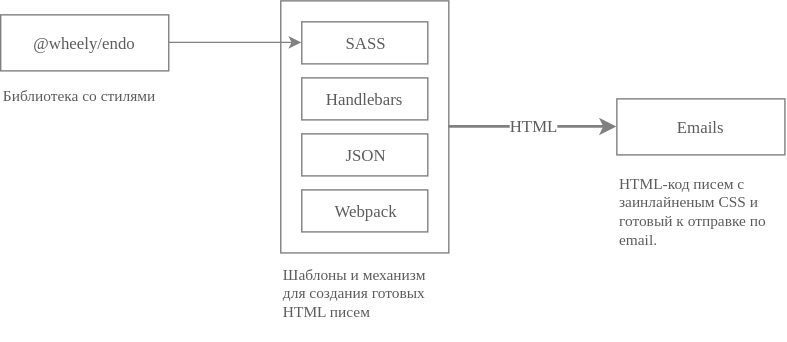
Before: Untitled Diagram.svg, a diagram exported from draw.io (ajile/draw-io). Source tidied: cells renumbered, new cells last; positions are measured from the earlier drawing's top-left corner, leaving out a move shared by most shapes.
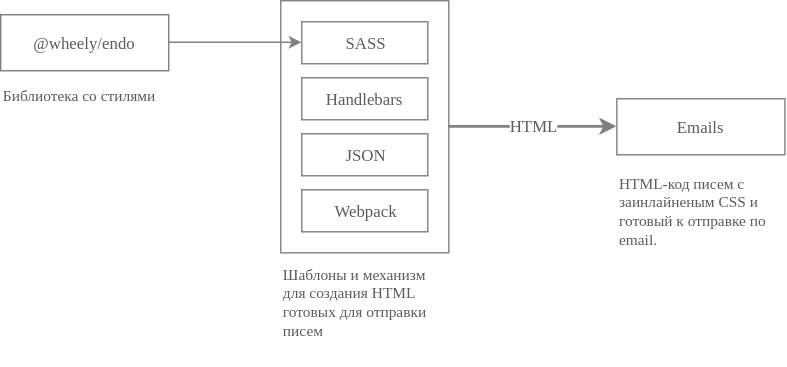
Above is the later version.

The edit, as a diff of the source:
```diff
@@ -27,8 +27,8 @@
     <mxCell id="8" value="Библиотека со стилями" style="text;html=1;strokeColor=none;fillColor=none;align=left;verticalAlign=top;whiteSpace=wrap;rounded=0;shadow=0;fontFamily=Verdana;fontSize=11;fontColor=#5C5C5C;" parent="1" vertex="1">
       <mxGeometry y="55" width="120" height="35" as="geometry" />
     </mxCell>
-    <mxCell id="9" value="Шаблоны и механизм для создания готовых HTML писем" style="text;html=1;strokeColor=none;fillColor=none;align=left;verticalAlign=top;whiteSpace=wrap;rounded=0;shadow=0;fontFamily=Verdana;fontSize=11;fontColor=#5C5C5C;" parent="1" vertex="1">
-      <mxGeometry x="200" y="182.5" width="120" height="60" as="geometry" />
+    <mxCell id="9" value="Шаблоны и механизм для создания HTML&lt;br&gt;готовых для отправки писем" style="text;html=1;strokeColor=none;fillColor=none;align=left;verticalAlign=top;whiteSpace=wrap;rounded=0;shadow=0;fontFamily=Verdana;fontSize=11;fontColor=#5C5C5C;" parent="1" vertex="1">
+      <mxGeometry x="200" y="183" width="120" height="77" as="geometry" />
     </mxCell>
     <mxCell id="10" value="HTML-код писем с заинлайненым CSS и готовый к отправке по email." style="text;html=1;strokeColor=none;fillColor=none;align=left;verticalAlign=top;whiteSpace=wrap;rounded=0;shadow=0;fontFamily=Verdana;fontSize=11;fontColor=#5C5C5C;" parent="1" vertex="1">
       <mxGeometry x="440" y="117.5" width="120" height="65" as="geometry" />
```
